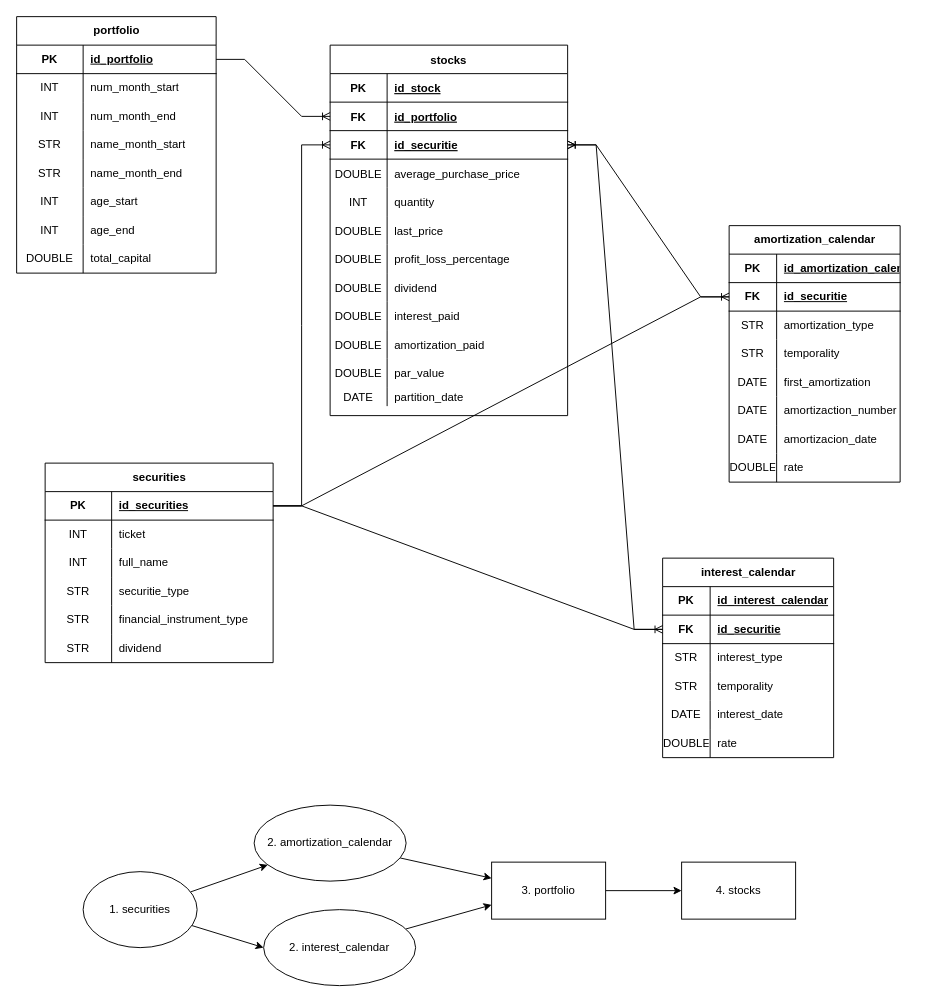
The draw.io diagram UML/modelo_de_datos.drawio in Tomasteawita/white_finance, before the edit. Source tidied: cells renumbered, new cells numbered last; positions are measured from the earlier drawing's top-left corner, leaving out a move shared by most shapes. Both pictures are drawn from the tidied source at 95%, with x=0, y=0 at pixel (16, 16).
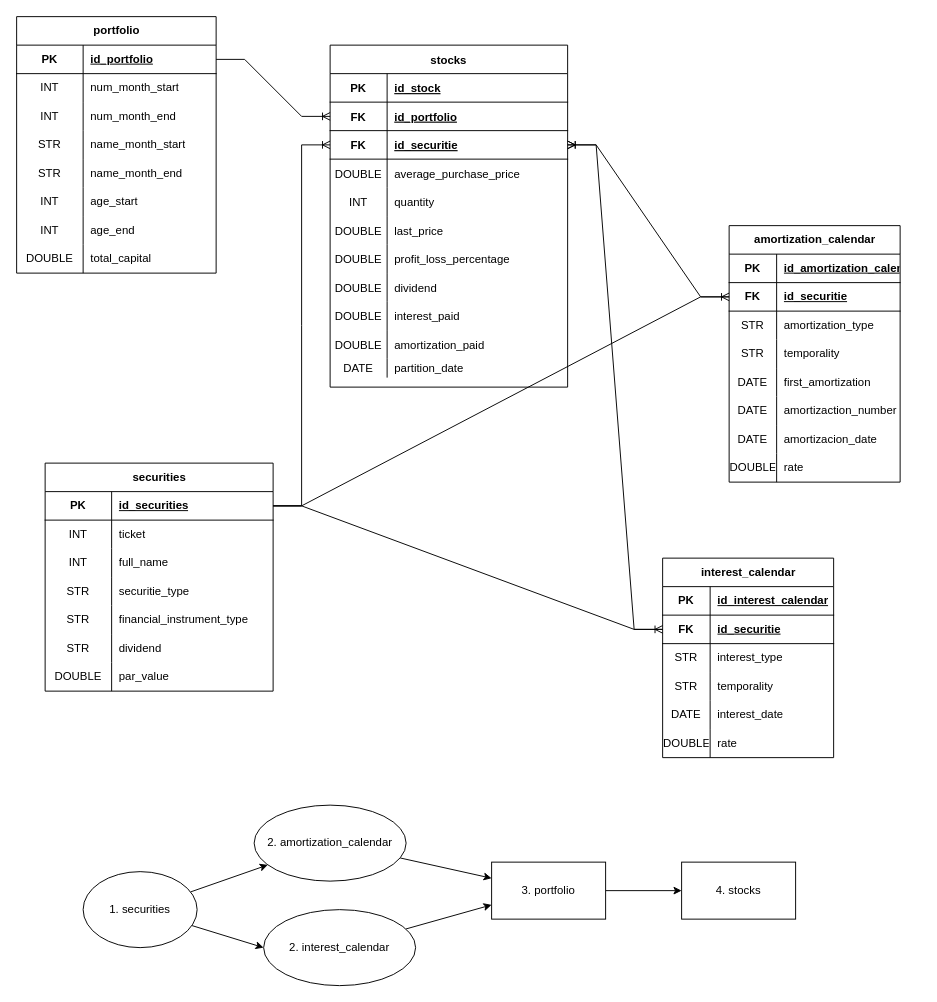
The same diagram, later.

Diff of the diagram source:
```diff
@@
     <mxCell id="2" value="stocks" style="shape=table;startSize=30;childLayout=tableLayout;rowLines=0;fontStyle=1;align=center;" parent="1" vertex="1">
-      <mxGeometry x="330" y="30" width="250" height="390" as="geometry" />
+      <mxGeometry x="330" y="30" width="250" height="360" as="geometry" />
     </mxCell>
@@
-    <mxCell id="33" style="shape=partialRectangle;fillColor=none;top=0;left=0;right=0;bottom=0;" parent="2" vertex="1">
-      <mxGeometry y="330" width="250" height="30" as="geometry" />
-    </mxCell>
-    <mxCell id="34" value="DOUBLE" style="shape=partialRectangle;overflow=hidden;fillColor=none;top=0;left=0;bottom=0;right=0;" parent="33" vertex="1">
-      <mxGeometry width="60" height="30" as="geometry" />
-    </mxCell>
-    <mxCell id="35" value="par_value" style="shape=partialRectangle;overflow=hidden;fillColor=none;top=0;left=0;bottom=0;right=0;align=left;spacingLeft=6;" parent="33" vertex="1">
-      <mxGeometry x="60" width="190" height="30" as="geometry" />
-    </mxCell>
     <mxCell id="36" style="shape=partialRectangle;fillColor=none;top=0;left=0;right=0;bottom=0;" parent="2" vertex="1">
-      <mxGeometry y="360" width="250" height="20" as="geometry" />
+      <mxGeometry y="330" width="250" height="20" as="geometry" />
     </mxCell>
@@
     <mxCell id="111" value="securities" style="shape=table;startSize=30;childLayout=tableLayout;rowLines=0;fontStyle=1;align=center;html=1;" parent="1" vertex="1">
-      <mxGeometry x="30" y="470" width="240" height="210" as="geometry" />
+      <mxGeometry x="30" y="470" width="240" height="240" as="geometry" />
     </mxCell>
@@
+    <mxCell id="143" style="shape=tableRow;horizontal=0;startSize=0;swimlaneHead=0;swimlaneBody=0;fillColor=none;top=0;left=0;right=0;bottom=0;" parent="111" vertex="1">
+      <mxGeometry y="210" width="240" height="30" as="geometry" />
+    </mxCell>
+    <mxCell id="34" value="DOUBLE" style="shape=partialRectangle;fillColor=none;top=0;left=0;bottom=0;right=0;overflow=hidden;whiteSpace=wrap;html=1;" parent="143" vertex="1">
+      <mxGeometry width="70" height="30" as="geometry" />
+    </mxCell>
+    <mxCell id="35" value="par_value" style="shape=partialRectangle;fillColor=none;top=0;left=0;bottom=0;right=0;align=left;spacingLeft=6;overflow=hidden;whiteSpace=wrap;html=1;" parent="143" vertex="1">
+      <mxGeometry x="70" width="170" height="30" as="geometry" />
+    </mxCell>
```
